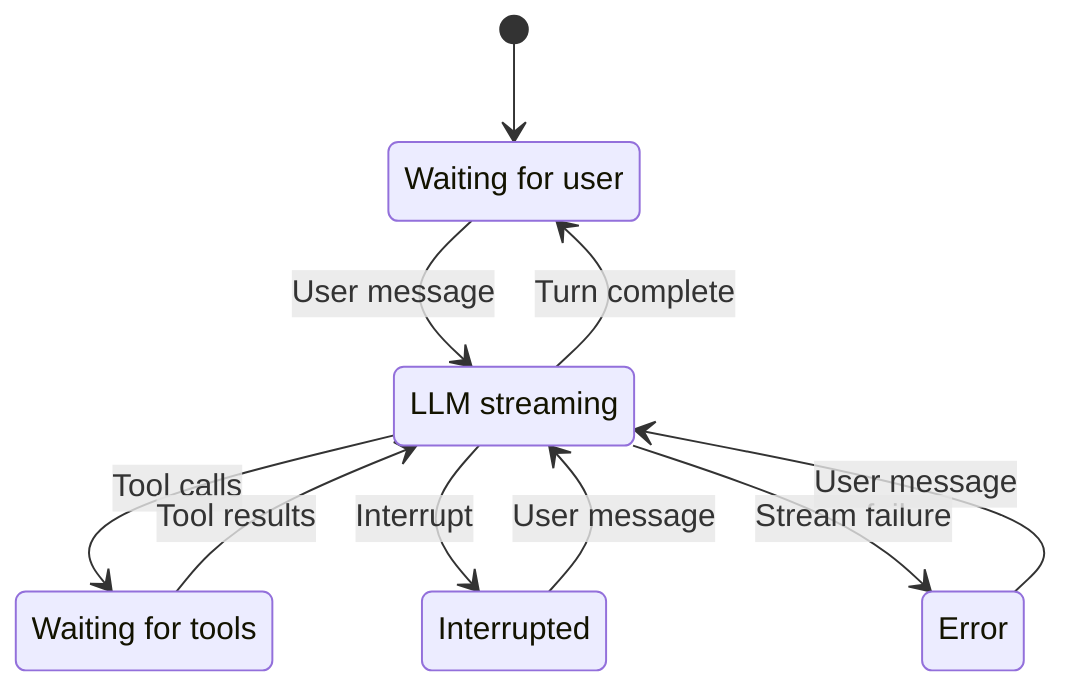
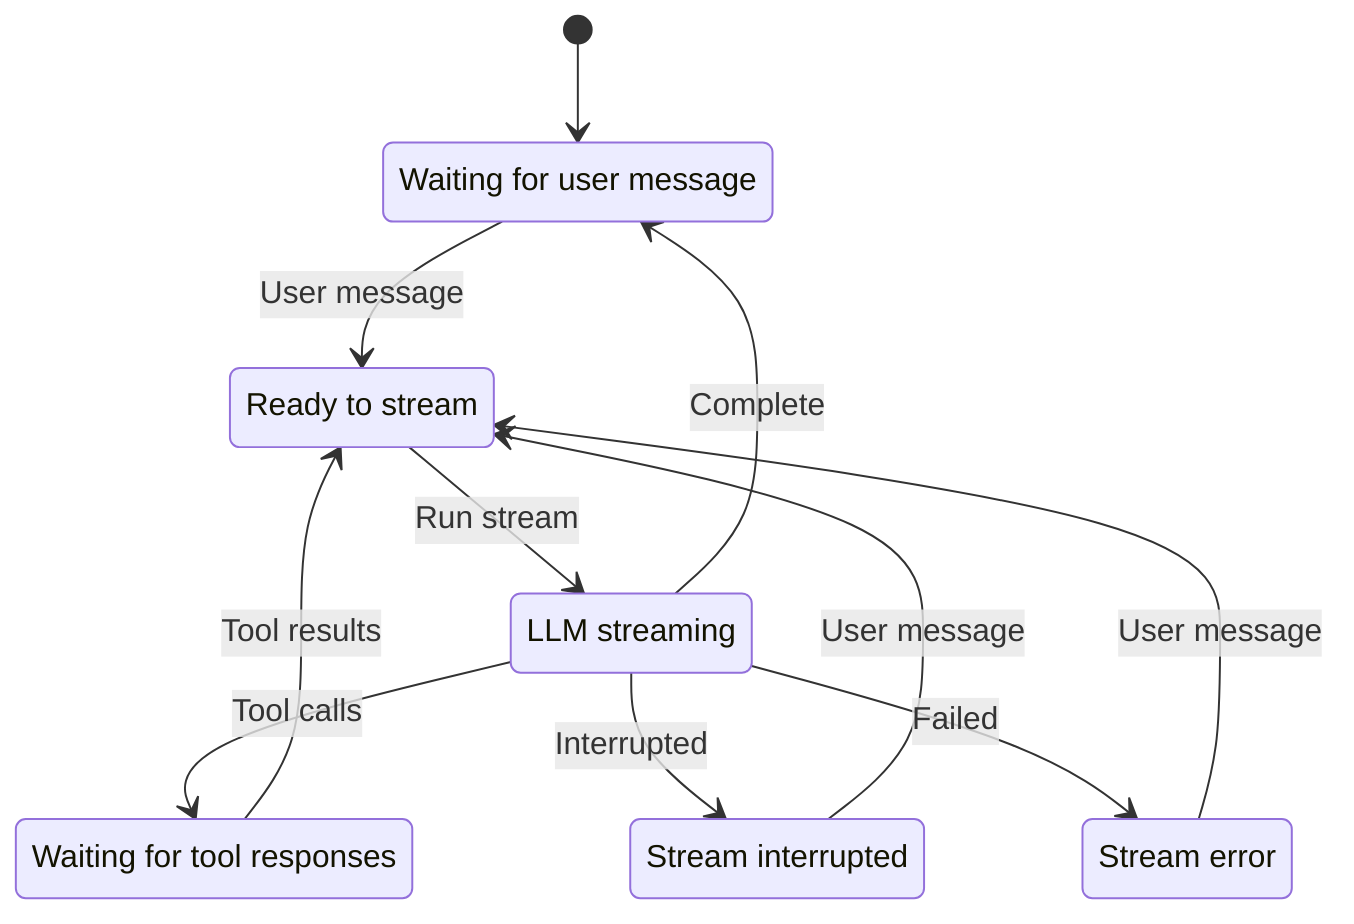
stateDiagram-v2
-     state "Waiting for user" as Waiting
+     state "Waiting for user message" as Waiting
+     state "Ready to stream" as Ready
    state "LLM streaming" as Streaming
-     state "Waiting for tools" as Tools
-     state "Interrupted" as Interrupted
-     state "Error" as Error
+     state "Waiting for tool responses" as Tools
+     state "Stream interrupted" as Interrupted
+     state "Stream error" as Error

    [*] --> Waiting

-     Waiting --> Streaming: User message
-     Streaming --> Waiting: Turn complete
+     Waiting --> Ready: User message
+     Tools --> Ready: Tool results
+     Interrupted --> Ready: User message
+     Error --> Ready: User message
+ 
+     Ready --> Streaming: Run stream
+ 
+     Streaming --> Waiting: Complete
    Streaming --> Tools: Tool calls
-     Streaming --> Interrupted: Interrupt
-     Streaming --> Error: Stream failure
-     Tools --> Streaming: Tool results
-     Interrupted --> Streaming: User message
-     Error --> Streaming: User message+     Streaming --> Interrupted: Interrupted
+     Streaming --> Error: Failed